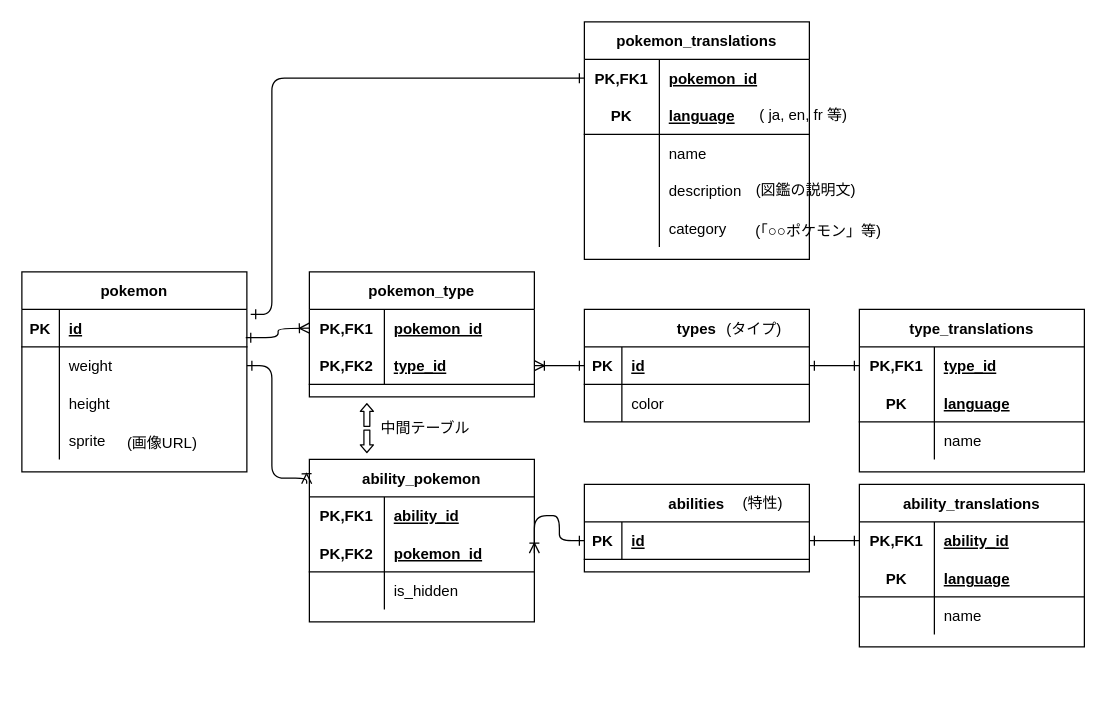
Earlier version of the draw.io diagram er1.dio (Ry0xi/PokeLang). Source tidied: cells renumbered, new cells numbered last; positions are measured from the earlier drawing's top-left corner, leaving out a move shared by most shapes. Both pictures are drawn from the tidied source at 125%, with x=0, y=0 at pixel (21, 21).
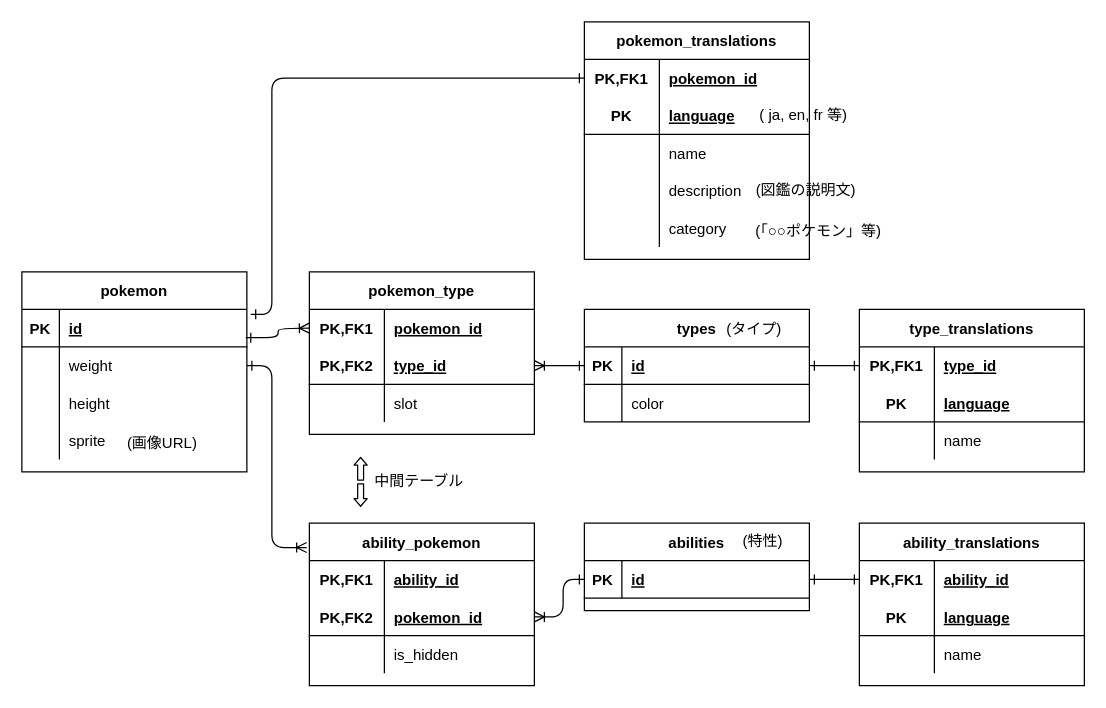
Above is the later version.

Commit message (it also covers changes not shown here):
Change schema of types table and Add type_translations table and pokemon_type table

Unchanged cells that the change refers to:
```xml
<mxCell id="23" style="shape=partialRectangle;fillColor=none;top=0;left=0;bottom=1;right=0;points=[[0,0.5],[1,0.5]];portConstraint=eastwest;" parent="22" vertex="1">
  <mxGeometry y="30" width="180" height="30" as="geometry" />
</mxCell>
<mxCell id="39" style="shape=partialRectangle;fillColor=none;top=0;left=0;bottom=1;right=0;points=[[0,0.5],[1,0.5]];portConstraint=eastwest;" parent="35" vertex="1">
  <mxGeometry y="60" width="180" height="30" as="geometry" />
</mxCell>
```

The edit, as a diff of the source:
```diff
@@
     <mxCell id="22" value="abilities" style="shape=table;startSize=30;childLayout=tableLayout;rowLines=0;fontStyle=1;align=center;" parent="1" vertex="1">
-      <mxGeometry x="450" y="370" width="180" height="70" as="geometry" />
+      <mxGeometry x="450" y="401" width="180" height="70" as="geometry" />
     </mxCell>
@@
     <mxCell id="26" value="pokemon_type" style="shape=table;startSize=30;childLayout=tableLayout;rowLines=0;fontStyle=1;align=center;" parent="1" vertex="1">
-      <mxGeometry x="230" y="200" width="180" height="100" as="geometry" />
+      <mxGeometry x="230" y="200" width="180" height="130" as="geometry" />
     </mxCell>
@@
+    <mxCell id="95" style="shape=partialRectangle;fillColor=none;top=0;left=0;bottom=0;right=0;" parent="26" vertex="1">
+      <mxGeometry y="90" width="180" height="30" as="geometry" />
+    </mxCell>
+    <mxCell id="96" style="shape=partialRectangle;fillColor=none;top=0;left=0;bottom=0;right=0;overflow=hidden;" parent="95" vertex="1">
+      <mxGeometry width="60" height="30" as="geometry" />
+    </mxCell>
+    <mxCell id="97" value="slot" style="shape=partialRectangle;fillColor=none;top=0;left=0;bottom=0;right=0;align=left;spacingLeft=6;overflow=hidden;" parent="95" vertex="1">
+      <mxGeometry x="60" width="120" height="30" as="geometry" />
+    </mxCell>
@@
     <mxCell id="34" style="edgeStyle=orthogonalEdgeStyle;html=1;exitX=1;exitY=0.5;exitDx=0;exitDy=0;endFill=0;endArrow=ERone;startFill=0;startArrow=ERoneToMany;entryX=0;entryY=0.5;entryDx=0;entryDy=0;" parent="1" edge="1" source="39" target="23">
       <mxGeometry relative="1" as="geometry">
         <Array as="points">
-          <mxPoint x="430" y="395" />
-          <mxPoint x="430" y="415" />
+          <mxPoint x="433" y="476" />
+          <mxPoint x="433" y="446" />
         </Array>
       </mxGeometry>
     </mxCell>
     <mxCell id="35" value="ability_pokemon" style="shape=table;startSize=30;childLayout=tableLayout;rowLines=0;fontStyle=1;align=center;" parent="1" vertex="1">
-      <mxGeometry x="230" y="350" width="180" height="130" as="geometry" />
+      <mxGeometry x="230" y="401" width="180" height="130" as="geometry" />
     </mxCell>
@@
     <mxCell id="46" style="edgeStyle=orthogonalEdgeStyle;html=1;exitX=1;exitY=0.5;exitDx=0;exitDy=0;entryX=-0.012;entryY=0.15;entryDx=0;entryDy=0;entryPerimeter=0;startArrow=ERone;startFill=0;endArrow=ERoneToMany;endFill=0;" parent="1" edge="1" target="35">
       <mxGeometry relative="1" as="geometry">
         <mxPoint x="180" y="275" as="sourcePoint" />
         <Array as="points">
           <mxPoint x="200" y="275" />
-          <mxPoint x="200" y="365" />
+          <mxPoint x="200" y="421" />
         </Array>
       </mxGeometry>
     </mxCell>
@@
     <mxCell id="58" value="ability_translations" style="shape=table;startSize=30;childLayout=tableLayout;rowLines=0;fontStyle=1;align=center;" parent="1" vertex="1">
-      <mxGeometry x="670" y="370" width="180" height="130" as="geometry" />
+      <mxGeometry x="670" y="401" width="180" height="130" as="geometry" />
     </mxCell>
@@
-    <mxCell id="86" value="中間テーブル" style="text;html=1;strokeColor=none;fillColor=none;align=center;verticalAlign=middle;whiteSpace=wrap;rounded=0;" parent="1" vertex="1">
-      <mxGeometry x="279" y="315" width="88" height="20" as="geometry" />
-    </mxCell>
-    <mxCell id="87" style="shape=flexArrow;endArrow=classic;html=1;endWidth=4.799382716049383;endSize=1.6861111111111111;width=4.722222222222222;" parent="1" edge="1">
-      <mxGeometry relative="1" as="geometry">
-        <mxPoint x="276" y="324" as="sourcePoint" />
-        <mxPoint x="276" y="305" as="targetPoint" />
-      </mxGeometry>
-    </mxCell>
-    <mxCell id="88" style="shape=flexArrow;endArrow=classic;html=1;endWidth=4.799382716049383;endSize=1.6861111111111111;width=4.722222222222222;" parent="1" edge="1">
-      <mxGeometry relative="1" as="geometry">
-        <mxPoint x="276" y="326" as="sourcePoint" />
-        <mxPoint x="276" y="345" as="targetPoint" />
-      </mxGeometry>
-    </mxCell>
@@
     <mxCell id="91" value="(特性)" style="text;html=1;strokeColor=none;fillColor=none;align=center;verticalAlign=middle;whiteSpace=wrap;rounded=0;" parent="1" vertex="1">
-      <mxGeometry x="564" y="375" width="58" height="20" as="geometry" />
+      <mxGeometry x="564" y="406" width="58" height="20" as="geometry" />
     </mxCell>
@@
+    <mxCell id="98" style="group;" parent="1" vertex="1">
+      <mxGeometry x="271" y="348" width="91" height="40" as="geometry" />
+    </mxCell>
+    <mxCell id="86" value="中間テーブル" style="text;html=1;strokeColor=none;fillColor=none;align=center;verticalAlign=middle;whiteSpace=wrap;rounded=0;" parent="98" vertex="1">
+      <mxGeometry x="3" y="10" width="88" height="20" as="geometry" />
+    </mxCell>
+    <mxCell id="87" style="shape=flexArrow;endArrow=classic;html=1;endWidth=4.799382716049383;endSize=1.6861111111111111;width=4.722222222222222;" parent="98" edge="1">
+      <mxGeometry relative="1" as="geometry">
+        <mxPoint y="19" as="sourcePoint" />
+        <mxPoint as="targetPoint" />
+      </mxGeometry>
+    </mxCell>
+    <mxCell id="88" style="shape=flexArrow;endArrow=classic;html=1;endWidth=4.799382716049383;endSize=1.6861111111111111;width=4.722222222222222;" parent="98" edge="1">
+      <mxGeometry relative="1" as="geometry">
+        <mxPoint y="21" as="sourcePoint" />
+        <mxPoint y="40" as="targetPoint" />
+      </mxGeometry>
+    </mxCell>
```
